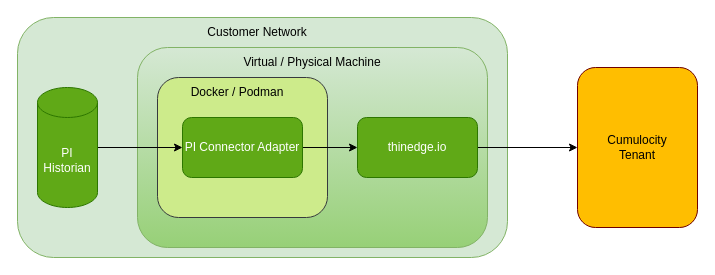
This is Pi_Connector.drawio from Cumulocity-IoT/thin-edge-aveva-pi-connector, a draw.io file, before an edit. Source tidied: cells renumbered, new cells numbered last; positions are measured from the earlier drawing's top-left corner, leaving out a move shared by most shapes. Both pictures are drawn from the tidied source at 100%, with x=0, y=0 at pixel (17, 17).
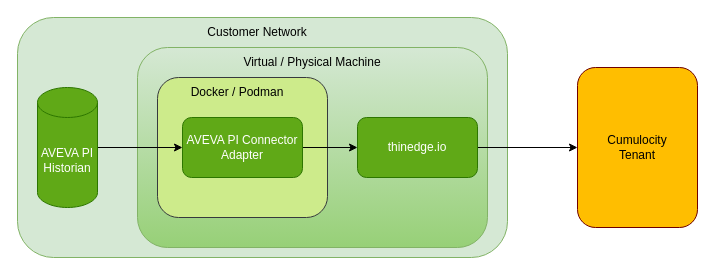
The same diagram, later.

Commit message (it also covers changes not shown here):
addressed diagram changes as well as prebuild releases

The edit, as a diff of the source:
```diff
@@
 <mxGraphModel background="#ffffff">
   <root>
     <mxCell id="0" />
     <mxCell id="1" parent="0" />
     <mxCell id="2" style="rounded=1;whiteSpace=wrap;html=1;fillColor=#d5e8d4;strokeColor=#82b366;" parent="1" vertex="1">
       <mxGeometry width="490" height="240" as="geometry" />
     </mxCell>
     <mxCell id="3" style="rounded=1;whiteSpace=wrap;html=1;fillColor=#d5e8d4;strokeColor=#82b366;gradientColor=#97d077;" parent="1" vertex="1">
       <mxGeometry x="120" y="30" width="350" height="200" as="geometry" />
     </mxCell>
     <mxCell id="4" style="rounded=1;whiteSpace=wrap;html=1;fillColor=#cdeb8b;strokeColor=#36393d;" parent="1" vertex="1">
       <mxGeometry x="140" y="60" width="170" height="140" as="geometry" />
     </mxCell>
     <mxCell id="5" style="edgeStyle=orthogonalEdgeStyle;rounded=0;jettySize=auto;html=1;entryX=0;entryY=0.5;entryDx=0;entryDy=0;" parent="1" edge="1" source="6" target="8">
       <mxGeometry relative="1" as="geometry" />
     </mxCell>
-    <mxCell id="6" value="PI Connector Adapter" style="rounded=1;whiteSpace=wrap;html=1;fillColor=#60a917;fontColor=#ffffff;strokeColor=#2D7600;" parent="1" vertex="1">
+    <mxCell id="6" value="AVEVA PI Connector Adapter" style="rounded=1;whiteSpace=wrap;html=1;fillColor=#60a917;fontColor=#ffffff;strokeColor=#2D7600;" parent="1" vertex="1">
       <mxGeometry x="165" y="100" width="120" height="60" as="geometry" />
     </mxCell>
     <mxCell id="7" style="edgeStyle=orthogonalEdgeStyle;rounded=0;jettySize=auto;html=1;entryX=0;entryY=0.5;entryDx=0;entryDy=0;" parent="1" edge="1" source="8" target="14">
       <mxGeometry relative="1" as="geometry" />
     </mxCell>
     <mxCell id="8" value="thinedge.io" style="rounded=1;whiteSpace=wrap;html=1;fillColor=#60a917;fontColor=#ffffff;strokeColor=#2D7600;" parent="1" vertex="1">
       <mxGeometry x="340" y="100" width="120" height="60" as="geometry" />
     </mxCell>
     <mxCell id="9" value="Docker / Podman" style="text;html=1;whiteSpace=wrap;strokeColor=none;fillColor=none;align=center;verticalAlign=middle;rounded=0;" parent="1" vertex="1">
       <mxGeometry x="160" y="60" width="120" height="30" as="geometry" />
     </mxCell>
     <mxCell id="10" value="Virtual / Physical Machine" style="text;html=1;whiteSpace=wrap;strokeColor=none;fillColor=none;align=center;verticalAlign=middle;rounded=0;" parent="1" vertex="1">
       <mxGeometry x="225" y="30" width="140" height="30" as="geometry" />
     </mxCell>
     <mxCell id="11" value="Customer Network" style="text;html=1;whiteSpace=wrap;strokeColor=none;fillColor=none;align=center;verticalAlign=middle;rounded=0;" parent="1" vertex="1">
       <mxGeometry x="170" width="140" height="30" as="geometry" />
     </mxCell>
     <mxCell id="12" style="edgeStyle=orthogonalEdgeStyle;rounded=0;jettySize=auto;html=1;" parent="1" edge="1" source="13" target="6">
       <mxGeometry relative="1" as="geometry" />
     </mxCell>
-    <mxCell id="13" value="PI Historian" style="shape=cylinder3;whiteSpace=wrap;html=1;boundedLbl=1;backgroundOutline=1;size=15;fillColor=#60a917;fontColor=#ffffff;strokeColor=#2D7600;" parent="1" vertex="1">
+    <mxCell id="13" value="AVEVA PI Historian" style="shape=cylinder3;whiteSpace=wrap;html=1;boundedLbl=1;backgroundOutline=1;size=15;fillColor=#60a917;fontColor=#ffffff;strokeColor=#2D7600;" parent="1" vertex="1">
       <mxGeometry x="20" y="70" width="60" height="120" as="geometry" />
     </mxCell>
     <mxCell id="14" style="rounded=1;whiteSpace=wrap;html=1;fillColor=#FFBE00;strokeColor=#6F0000;fontColor=#ffffff;" parent="1" vertex="1">
       <mxGeometry x="560" y="50" width="120" height="160" as="geometry" />
     </mxCell>
     <mxCell id="15" value="Cumulocity Tenant" style="text;html=1;whiteSpace=wrap;strokeColor=none;fillColor=none;align=center;verticalAlign=middle;rounded=0;" parent="1" vertex="1">
       <mxGeometry x="590" y="115" width="60" height="30" as="geometry" />
     </mxCell>
   </root>
 </mxGraphModel>
```
